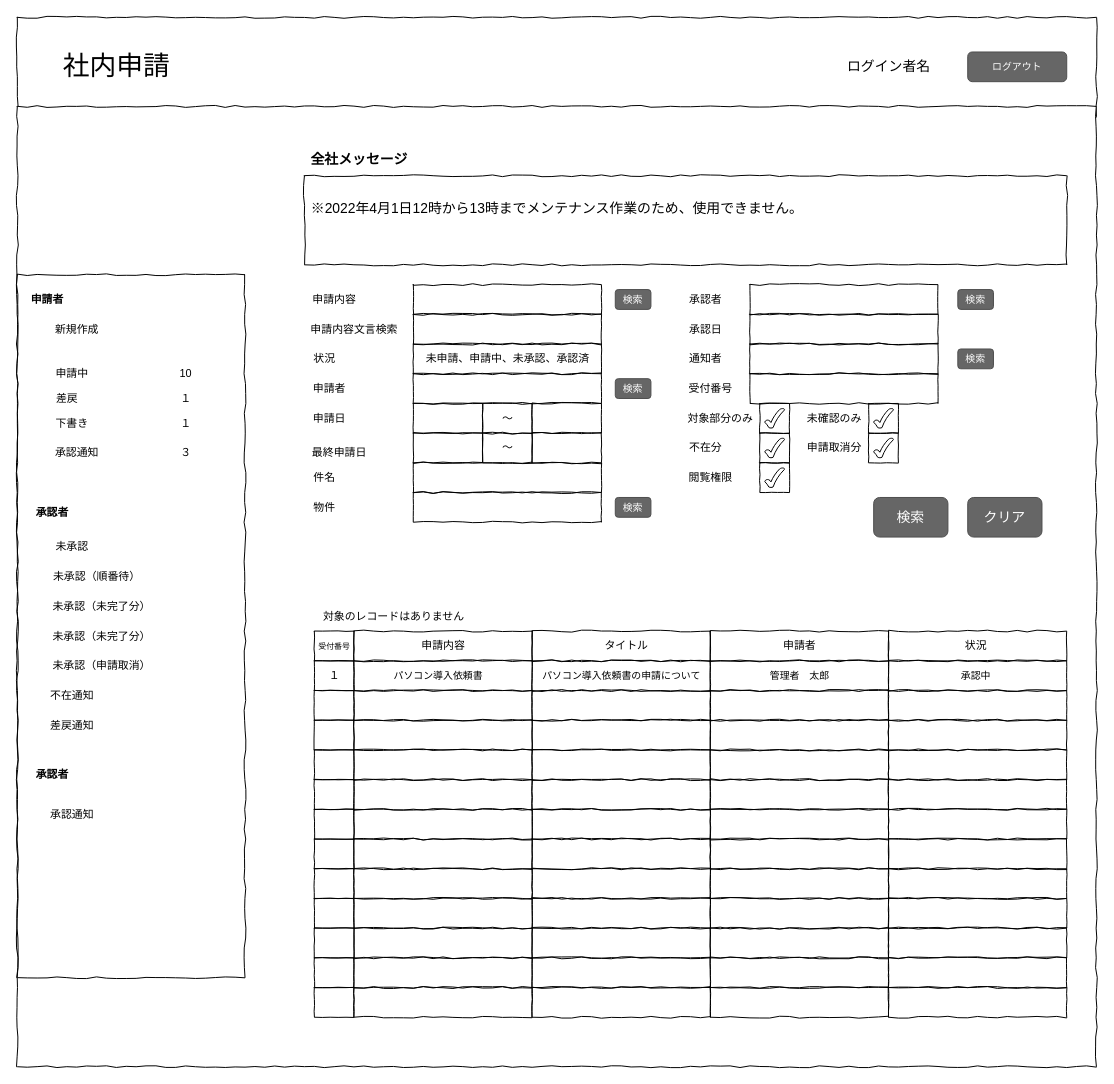
This is 画面イメージ（申請一覧）.drawio from haphuongnt96/Django-REST-Practice, a draw.io file, before an edit. Source tidied: cells renumbered, new cells numbered last; positions are measured from the earlier drawing's top-left corner, leaving out a move shared by most shapes. Both pictures are drawn from the tidied source at 99%, with x=0, y=0 at pixel (17, 17).
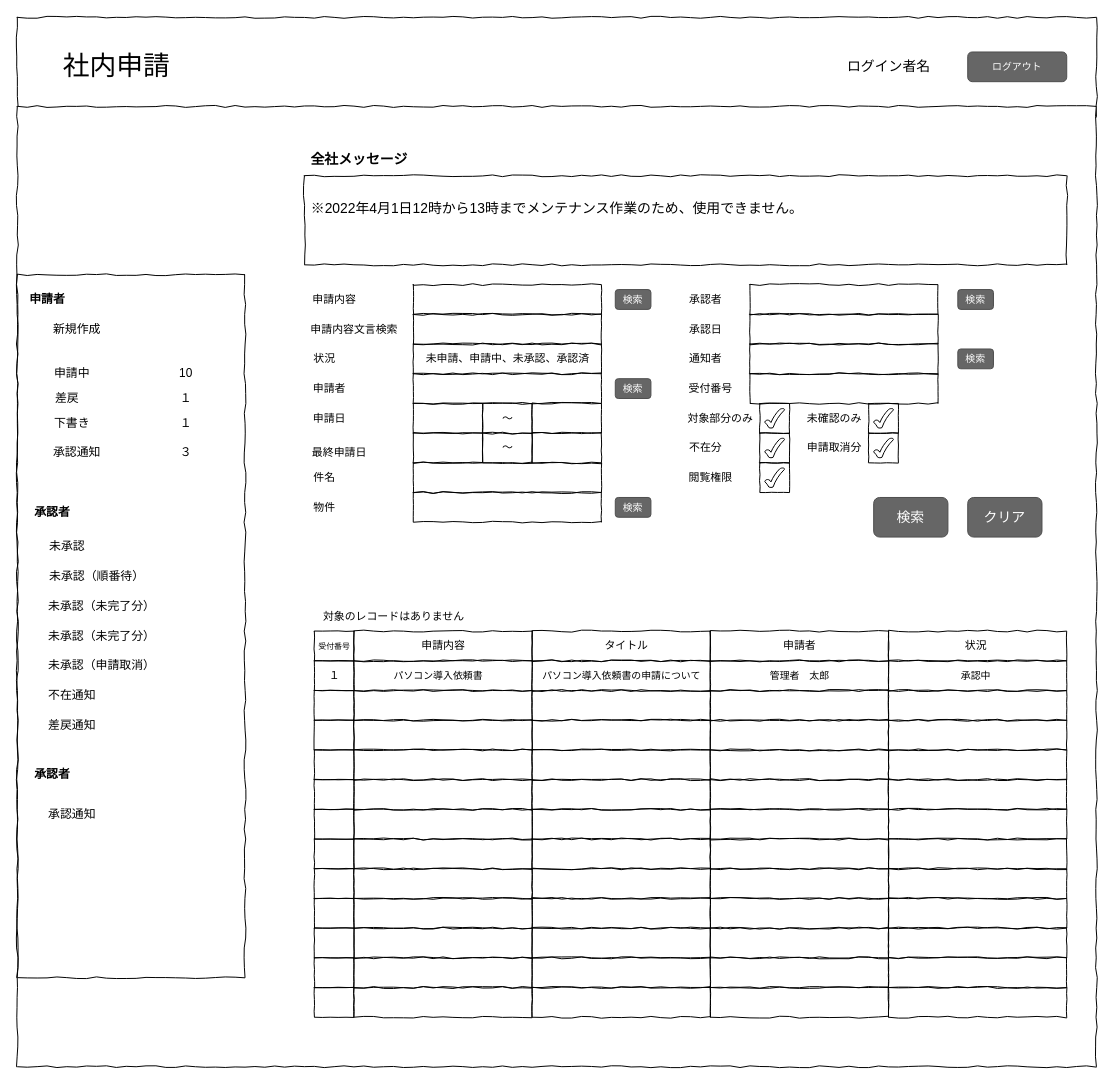
The same page after the edit.

Change to the diagram source:
```diff
@@
-    <mxCell id="64" value="&lt;span style=&quot;font-size: 11px&quot;&gt;&lt;b&gt;申請者&lt;/b&gt;&lt;br&gt;&lt;/span&gt;" style="text;html=1;align=center;verticalAlign=middle;fillColor=none;strokeColor=none;rounded=0;dashed=1;fontSize=27;" parent="1" vertex="1">
+    <mxCell id="64" value="&lt;b&gt;&lt;font style=&quot;font-size: 12px&quot;&gt;申請者&lt;/font&gt;&lt;/b&gt;" style="text;html=1;align=center;verticalAlign=middle;fillColor=none;strokeColor=none;rounded=0;dashed=1;fontSize=27;" parent="1" vertex="1">
       <mxGeometry x="5" y="260" width="50" height="40" as="geometry" />
     </mxCell>
-    <mxCell id="65" value="&lt;span style=&quot;font-size: 11px&quot;&gt;新規作成&lt;br&gt;&lt;/span&gt;" style="text;html=1;align=center;verticalAlign=middle;fillColor=none;strokeColor=none;rounded=0;dashed=1;fontSize=27;" parent="1" vertex="1">
+    <mxCell id="65" value="&lt;font style=&quot;font-size: 12px&quot;&gt;新規作成&lt;/font&gt;" style="text;html=1;align=center;verticalAlign=middle;fillColor=none;strokeColor=none;rounded=0;dashed=1;fontSize=27;" parent="1" vertex="1">
       <mxGeometry x="30" y="290" width="60" height="40" as="geometry" />
     </mxCell>
-    <mxCell id="66" value="&lt;span style=&quot;font-size: 11px&quot;&gt;申請中&lt;br&gt;&lt;/span&gt;" style="text;html=1;align=center;verticalAlign=middle;fillColor=none;strokeColor=none;rounded=0;dashed=1;fontSize=27;" parent="1" vertex="1">
+    <mxCell id="66" value="&lt;font style=&quot;font-size: 12px&quot;&gt;申請中&lt;/font&gt;" style="text;html=1;align=center;verticalAlign=middle;fillColor=none;strokeColor=none;rounded=0;dashed=1;fontSize=27;" parent="1" vertex="1">
       <mxGeometry x="30" y="335" width="50" height="40" as="geometry" />
     </mxCell>
-    <mxCell id="67" value="&lt;span style=&quot;font-size: 11px&quot;&gt;差戻&lt;br&gt;&lt;/span&gt;" style="text;html=1;align=center;verticalAlign=middle;fillColor=none;strokeColor=none;rounded=0;dashed=1;fontSize=27;" parent="1" vertex="1">
+    <mxCell id="67" value="&lt;font style=&quot;font-size: 12px&quot;&gt;差戻&lt;/font&gt;" style="text;html=1;align=center;verticalAlign=middle;fillColor=none;strokeColor=none;rounded=0;dashed=1;fontSize=27;" parent="1" vertex="1">
       <mxGeometry x="30" y="360" width="40" height="40" as="geometry" />
     </mxCell>
-    <mxCell id="68" value="&lt;span style=&quot;font-size: 11px&quot;&gt;10&lt;br&gt;&lt;/span&gt;" style="text;html=1;align=center;verticalAlign=middle;fillColor=none;strokeColor=none;rounded=0;dashed=1;fontSize=27;" parent="1" vertex="1">
+    <mxCell id="68" value="&lt;font style=&quot;font-size: 12px&quot;&gt;10&lt;/font&gt;" style="text;html=1;align=center;verticalAlign=middle;fillColor=none;strokeColor=none;rounded=0;dashed=1;fontSize=27;" parent="1" vertex="1">
       <mxGeometry x="155" y="335" width="30" height="40" as="geometry" />
     </mxCell>
-    <mxCell id="69" value="&lt;span style=&quot;font-size: 11px&quot;&gt;１&lt;br&gt;&lt;/span&gt;" style="text;html=1;align=center;verticalAlign=middle;fillColor=none;strokeColor=none;rounded=0;dashed=1;fontSize=27;" parent="1" vertex="1">
+    <mxCell id="69" value="&lt;font style=&quot;font-size: 12px&quot;&gt;１&lt;/font&gt;" style="text;html=1;align=center;verticalAlign=middle;fillColor=none;strokeColor=none;rounded=0;dashed=1;fontSize=27;" parent="1" vertex="1">
       <mxGeometry x="155" y="360" width="30" height="40" as="geometry" />
     </mxCell>
-    <mxCell id="70" value="&lt;span style=&quot;font-size: 11px&quot;&gt;下書き&lt;br&gt;&lt;/span&gt;" style="text;html=1;align=center;verticalAlign=middle;fillColor=none;strokeColor=none;rounded=0;dashed=1;fontSize=27;" parent="1" vertex="1">
+    <mxCell id="70" value="&lt;font style=&quot;font-size: 12px&quot;&gt;下書き&lt;/font&gt;" style="text;html=1;align=center;verticalAlign=middle;fillColor=none;strokeColor=none;rounded=0;dashed=1;fontSize=27;" parent="1" vertex="1">
       <mxGeometry x="30" y="385" width="50" height="40" as="geometry" />
     </mxCell>
-    <mxCell id="71" value="&lt;span style=&quot;font-size: 11px&quot;&gt;承認通知&lt;br&gt;&lt;/span&gt;" style="text;html=1;align=center;verticalAlign=middle;fillColor=none;strokeColor=none;rounded=0;dashed=1;fontSize=27;" parent="1" vertex="1">
+    <mxCell id="71" value="&lt;font style=&quot;font-size: 12px&quot;&gt;承認通知&lt;/font&gt;" style="text;html=1;align=center;verticalAlign=middle;fillColor=none;strokeColor=none;rounded=0;dashed=1;fontSize=27;" parent="1" vertex="1">
       <mxGeometry x="30" y="415" width="60" height="40" as="geometry" />
     </mxCell>
-    <mxCell id="72" value="&lt;span style=&quot;font-size: 11px&quot;&gt;１&lt;br&gt;&lt;/span&gt;" style="text;html=1;align=center;verticalAlign=middle;fillColor=none;strokeColor=none;rounded=0;dashed=1;fontSize=27;" parent="1" vertex="1">
+    <mxCell id="72" value="&lt;font style=&quot;font-size: 12px&quot;&gt;１&lt;/font&gt;" style="text;html=1;align=center;verticalAlign=middle;fillColor=none;strokeColor=none;rounded=0;dashed=1;fontSize=27;" parent="1" vertex="1">
       <mxGeometry x="155" y="385" width="30" height="40" as="geometry" />
     </mxCell>
-    <mxCell id="73" value="&lt;span style=&quot;font-size: 11px&quot;&gt;３&lt;br&gt;&lt;/span&gt;" style="text;html=1;align=center;verticalAlign=middle;fillColor=none;strokeColor=none;rounded=0;dashed=1;fontSize=27;" parent="1" vertex="1">
+    <mxCell id="73" value="&lt;font style=&quot;font-size: 12px&quot;&gt;３&lt;/font&gt;" style="text;html=1;align=center;verticalAlign=middle;fillColor=none;strokeColor=none;rounded=0;dashed=1;fontSize=27;" parent="1" vertex="1">
       <mxGeometry x="155" y="415" width="30" height="40" as="geometry" />
     </mxCell>
-    <mxCell id="74" value="&lt;span style=&quot;font-size: 11px&quot;&gt;&lt;b&gt;承認者&lt;/b&gt;&lt;br&gt;&lt;/span&gt;" style="text;html=1;align=center;verticalAlign=middle;fillColor=none;strokeColor=none;rounded=0;dashed=1;fontSize=27;" parent="1" vertex="1">
+    <mxCell id="74" value="&lt;b&gt;&lt;font style=&quot;font-size: 12px&quot;&gt;承認者&lt;/font&gt;&lt;/b&gt;" style="text;html=1;align=center;verticalAlign=middle;fillColor=none;strokeColor=none;rounded=0;dashed=1;fontSize=27;" parent="1" vertex="1">
       <mxGeometry x="10" y="475" width="50" height="40" as="geometry" />
     </mxCell>
-    <mxCell id="75" value="&lt;span style=&quot;font-size: 11px&quot;&gt;未承認&lt;br&gt;&lt;/span&gt;" style="text;html=1;align=center;verticalAlign=middle;fillColor=none;strokeColor=none;rounded=0;dashed=1;fontSize=27;" parent="1" vertex="1">
-      <mxGeometry x="30" y="510" width="50" height="40" as="geometry" />
+    <mxCell id="75" value="&lt;font style=&quot;font-size: 12px&quot;&gt;未承認&lt;/font&gt;" style="text;html=1;align=center;verticalAlign=middle;fillColor=none;strokeColor=none;rounded=0;dashed=1;fontSize=27;" parent="1" vertex="1">
+      <mxGeometry x="25" y="510" width="50" height="40" as="geometry" />
     </mxCell>
-    <mxCell id="76" value="&lt;span style=&quot;font-size: 11px&quot;&gt;未承認（順番待）&lt;br&gt;&lt;/span&gt;" style="text;html=1;align=center;verticalAlign=middle;fillColor=none;strokeColor=none;rounded=0;dashed=1;fontSize=27;" parent="1" vertex="1">
-      <mxGeometry x="30" y="540" width="100" height="40" as="geometry" />
+    <mxCell id="76" value="&lt;font style=&quot;font-size: 12px&quot;&gt;未承認（順番待）&lt;/font&gt;" style="text;html=1;align=center;verticalAlign=middle;fillColor=none;strokeColor=none;rounded=0;dashed=1;fontSize=27;" parent="1" vertex="1">
+      <mxGeometry x="25" y="540" width="110" height="40" as="geometry" />
     </mxCell>
-    <mxCell id="77" value="&lt;span style=&quot;font-size: 11px&quot;&gt;未承認（未完了分）&lt;br&gt;&lt;/span&gt;" style="text;html=1;align=center;verticalAlign=middle;fillColor=none;strokeColor=none;rounded=0;dashed=1;fontSize=27;" parent="1" vertex="1">
-      <mxGeometry x="30" y="570" width="110" height="40" as="geometry" />
+    <mxCell id="77" value="&lt;font style=&quot;font-size: 12px&quot;&gt;未承認（未完了分）&lt;/font&gt;" style="text;html=1;align=center;verticalAlign=middle;fillColor=none;strokeColor=none;rounded=0;dashed=1;fontSize=27;" parent="1" vertex="1">
+      <mxGeometry x="25" y="570" width="120" height="40" as="geometry" />
     </mxCell>
-    <mxCell id="78" value="&lt;span style=&quot;font-size: 11px&quot;&gt;未承認（未完了分）&lt;br&gt;&lt;/span&gt;" style="text;html=1;align=center;verticalAlign=middle;fillColor=none;strokeColor=none;rounded=0;dashed=1;fontSize=27;" parent="1" vertex="1">
-      <mxGeometry x="30" y="600" width="110" height="40" as="geometry" />
+    <mxCell id="78" value="&lt;font style=&quot;font-size: 12px&quot;&gt;未承認（未完了分）&lt;/font&gt;" style="text;html=1;align=center;verticalAlign=middle;fillColor=none;strokeColor=none;rounded=0;dashed=1;fontSize=27;" parent="1" vertex="1">
+      <mxGeometry x="25" y="600" width="120" height="40" as="geometry" />
     </mxCell>
-    <mxCell id="79" value="&lt;span style=&quot;font-size: 11px&quot;&gt;未承認（申請取消）&lt;br&gt;&lt;/span&gt;" style="text;html=1;align=center;verticalAlign=middle;fillColor=none;strokeColor=none;rounded=0;dashed=1;fontSize=27;" parent="1" vertex="1">
-      <mxGeometry x="30" y="630" width="110" height="40" as="geometry" />
+    <mxCell id="79" value="&lt;font style=&quot;font-size: 12px&quot;&gt;未承認（申請取消）&lt;/font&gt;" style="text;html=1;align=center;verticalAlign=middle;fillColor=none;strokeColor=none;rounded=0;dashed=1;fontSize=27;" parent="1" vertex="1">
+      <mxGeometry x="25" y="630" width="120" height="40" as="geometry" />
     </mxCell>
-    <mxCell id="80" value="&lt;span style=&quot;font-size: 11px&quot;&gt;不在通知&lt;br&gt;&lt;/span&gt;" style="text;html=1;align=center;verticalAlign=middle;fillColor=none;strokeColor=none;rounded=0;dashed=1;fontSize=27;" parent="1" vertex="1">
+    <mxCell id="80" value="&lt;font style=&quot;font-size: 12px&quot;&gt;不在通知&lt;/font&gt;" style="text;html=1;align=center;verticalAlign=middle;fillColor=none;strokeColor=none;rounded=0;dashed=1;fontSize=27;" parent="1" vertex="1">
       <mxGeometry x="25" y="660" width="60" height="40" as="geometry" />
     </mxCell>
-    <mxCell id="81" value="&lt;span style=&quot;font-size: 11px&quot;&gt;差戻通知&lt;br&gt;&lt;/span&gt;" style="text;html=1;align=center;verticalAlign=middle;fillColor=none;strokeColor=none;rounded=0;dashed=1;fontSize=27;" parent="1" vertex="1">
+    <mxCell id="81" value="&lt;font style=&quot;font-size: 12px&quot;&gt;差戻通知&lt;/font&gt;" style="text;html=1;align=center;verticalAlign=middle;fillColor=none;strokeColor=none;rounded=0;dashed=1;fontSize=27;" parent="1" vertex="1">
       <mxGeometry x="25" y="690" width="60" height="40" as="geometry" />
     </mxCell>
-    <mxCell id="82" value="&lt;span style=&quot;font-size: 11px&quot;&gt;&lt;b&gt;承認者&lt;/b&gt;&lt;br&gt;&lt;/span&gt;" style="text;html=1;align=center;verticalAlign=middle;fillColor=none;strokeColor=none;rounded=0;dashed=1;fontSize=27;" parent="1" vertex="1">
+    <mxCell id="82" value="&lt;b&gt;&lt;font style=&quot;font-size: 12px&quot;&gt;承認者&lt;/font&gt;&lt;/b&gt;" style="text;html=1;align=center;verticalAlign=middle;fillColor=none;strokeColor=none;rounded=0;dashed=1;fontSize=27;" parent="1" vertex="1">
       <mxGeometry x="10" y="740" width="50" height="40" as="geometry" />
     </mxCell>
-    <mxCell id="83" value="&lt;span style=&quot;font-size: 11px&quot;&gt;承認通知&lt;br&gt;&lt;/span&gt;" style="text;html=1;align=center;verticalAlign=middle;fillColor=none;strokeColor=none;rounded=0;dashed=1;fontSize=27;" parent="1" vertex="1">
+    <mxCell id="83" value="&lt;font style=&quot;font-size: 12px&quot;&gt;承認通知&lt;/font&gt;" style="text;html=1;align=center;verticalAlign=middle;fillColor=none;strokeColor=none;rounded=0;dashed=1;fontSize=27;" parent="1" vertex="1">
       <mxGeometry x="25" y="780" width="60" height="40" as="geometry" />
     </mxCell>
```
